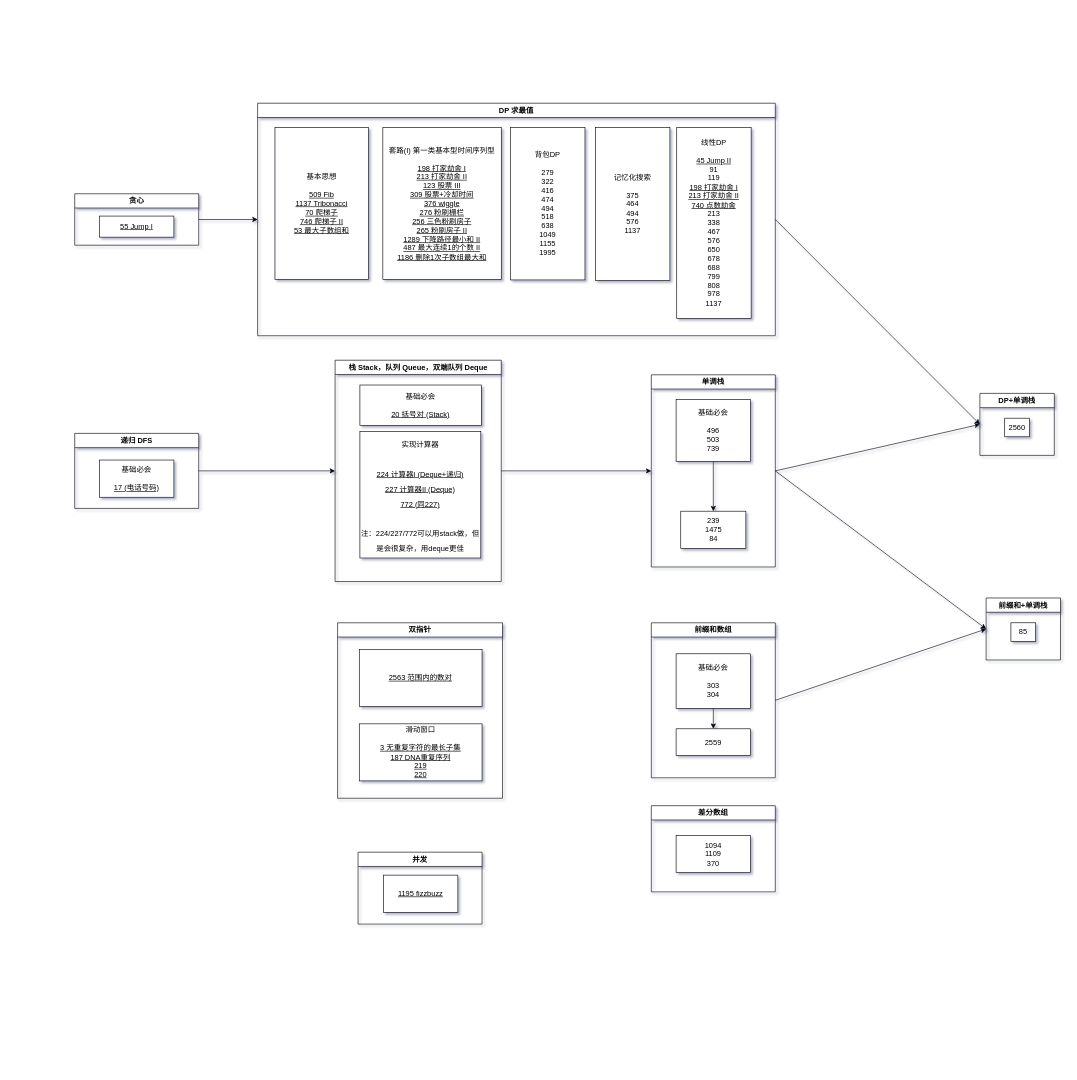
The draw.io diagram drawio/map.drawio in jssonx/algo-playground, before the edit. Source tidied: cells renumbered, new cells numbered last; positions are measured from the earlier drawing's top-left corner, leaving out a move shared by most shapes. Both pictures are drawn from the tidied source at 62%, with x=0, y=0 at pixel (74, 103).
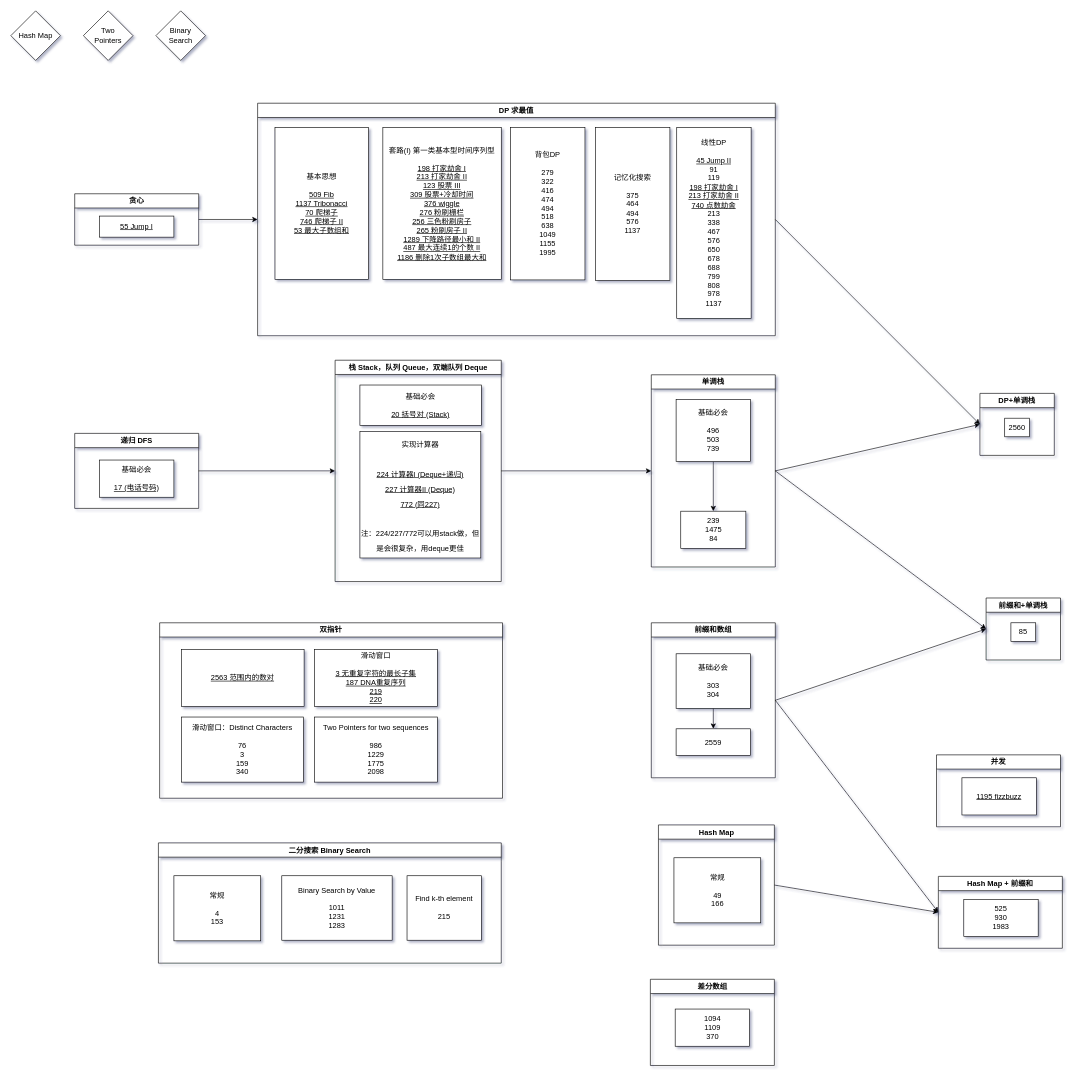
The same diagram, later.

The change refers to these unchanged cells:
```xml
<mxCell id="3" value="前缀和数组" style="swimlane;whiteSpace=wrap;html=1;rounded=0;" parent="1" vertex="1">
  <mxGeometry x="930" y="838" width="200" height="250" as="geometry" />
</mxCell>
```

The edit, as a diff of the source:
```diff
@@
+    <mxCell id="41" style="edgeStyle=none;html=1;exitX=1;exitY=0.5;exitDx=0;exitDy=0;entryX=0;entryY=0.5;entryDx=0;entryDy=0;" parent="1" edge="1" source="3" target="51">
+      <mxGeometry relative="1" as="geometry" />
+    </mxCell>
@@
     <mxCell id="26" value="差分数组" style="swimlane;whiteSpace=wrap;html=1;" parent="1" vertex="1">
-      <mxGeometry x="930" y="1133" width="200" height="139" as="geometry" />
+      <mxGeometry x="928.5" y="1413" width="200" height="139" as="geometry" />
     </mxCell>
@@
     <mxCell id="36" value="双指针" style="swimlane;whiteSpace=wrap;html=1;" parent="1" vertex="1">
-      <mxGeometry x="424" y="838" width="266" height="283" as="geometry" />
+      <mxGeometry x="137" y="838" width="553" height="283" as="geometry" />
     </mxCell>
@@
     <mxCell id="38" value="滑动窗口&lt;br&gt;&lt;br&gt;&lt;u&gt;3 无重复字符的最长子集&lt;br&gt;187 DNA重复序列&lt;br&gt;219&lt;br&gt;220&lt;br&gt;&lt;/u&gt;" style="whiteSpace=wrap;html=1;" parent="36" vertex="1">
-      <mxGeometry x="35" y="163" width="198" height="92" as="geometry" />
+      <mxGeometry x="250" y="43" width="198" height="92" as="geometry" />
     </mxCell>
+    <mxCell id="42" value="滑动窗口：Distinct Characters&lt;br&gt;&lt;br&gt;76&lt;br&gt;3&lt;br&gt;159&lt;br&gt;340" style="whiteSpace=wrap;html=1;" parent="36" vertex="1">
+      <mxGeometry x="35" y="152" width="197" height="105" as="geometry" />
+    </mxCell>
+    <mxCell id="43" value="Two Pointers for two sequences&lt;br&gt;&lt;br&gt;986&lt;br&gt;1229&lt;br&gt;1775&lt;br&gt;2098" style="whiteSpace=wrap;html=1;" parent="36" vertex="1">
+      <mxGeometry x="250" y="152" width="198" height="105" as="geometry" />
+    </mxCell>
     <mxCell id="39" value="并发" style="swimlane;whiteSpace=wrap;html=1;" parent="1" vertex="1">
-      <mxGeometry x="457" y="1208" width="200" height="116" as="geometry" />
+      <mxGeometry x="1390" y="1051" width="200" height="116" as="geometry" />
     </mxCell>
@@
+    <mxCell id="44" value="二分搜索 Binary Search" style="swimlane;whiteSpace=wrap;html=1;startSize=23;" parent="1" vertex="1">
+      <mxGeometry x="135" y="1193" width="553" height="194" as="geometry" />
+    </mxCell>
+    <mxCell id="45" value="常规&lt;br&gt;&lt;br&gt;4&lt;br&gt;153" style="whiteSpace=wrap;html=1;" parent="44" vertex="1">
+      <mxGeometry x="25" y="53" width="140" height="105" as="geometry" />
+    </mxCell>
+    <mxCell id="46" value="Binary Search by Value&lt;br&gt;&lt;br&gt;1011&lt;br&gt;1231&lt;br&gt;1283" style="whiteSpace=wrap;html=1;" parent="44" vertex="1">
+      <mxGeometry x="199" y="53" width="178" height="104" as="geometry" />
+    </mxCell>
+    <mxCell id="47" value="Find k-th element&lt;br&gt;&lt;br&gt;215" style="whiteSpace=wrap;html=1;" parent="44" vertex="1">
+      <mxGeometry x="401" y="53" width="120" height="104" as="geometry" />
+    </mxCell>
+    <mxCell id="48" style="edgeStyle=none;html=1;exitX=1;exitY=0.5;exitDx=0;exitDy=0;entryX=0;entryY=0.5;entryDx=0;entryDy=0;" parent="1" edge="1" source="49" target="51">
+      <mxGeometry relative="1" as="geometry" />
+    </mxCell>
+    <mxCell id="49" value="Hash Map" style="swimlane;whiteSpace=wrap;html=1;startSize=23;" parent="1" vertex="1">
+      <mxGeometry x="941.5" y="1164" width="187" height="194" as="geometry" />
+    </mxCell>
+    <mxCell id="50" value="常规&lt;br&gt;&lt;br&gt;49&lt;br&gt;166" style="whiteSpace=wrap;html=1;" parent="49" vertex="1">
+      <mxGeometry x="25" y="53" width="140" height="105" as="geometry" />
+    </mxCell>
+    <mxCell id="51" value="Hash Map + 前缀和" style="swimlane;whiteSpace=wrap;html=1;" parent="1" vertex="1">
+      <mxGeometry x="1393" y="1247" width="200" height="116" as="geometry" />
+    </mxCell>
+    <mxCell id="52" value="525&lt;br&gt;930&lt;br&gt;1983" style="whiteSpace=wrap;html=1;" parent="51" vertex="1">
+      <mxGeometry x="41" y="37" width="120" height="60" as="geometry" />
+    </mxCell>
+    <mxCell id="53" value="Hash Map" style="rhombus;whiteSpace=wrap;html=1;" parent="1" vertex="1">
+      <mxGeometry x="-103" y="-149" width="80" height="80" as="geometry" />
+    </mxCell>
+    <mxCell id="54" value="Two &lt;br&gt;Pointers" style="rhombus;whiteSpace=wrap;html=1;" parent="1" vertex="1">
+      <mxGeometry x="14" y="-149" width="80" height="80" as="geometry" />
+    </mxCell>
+    <mxCell id="55" value="Binary&lt;br&gt;Search" style="rhombus;whiteSpace=wrap;html=1;" parent="1" vertex="1">
+      <mxGeometry x="131" y="-149" width="80" height="80" as="geometry" />
+    </mxCell>
```
